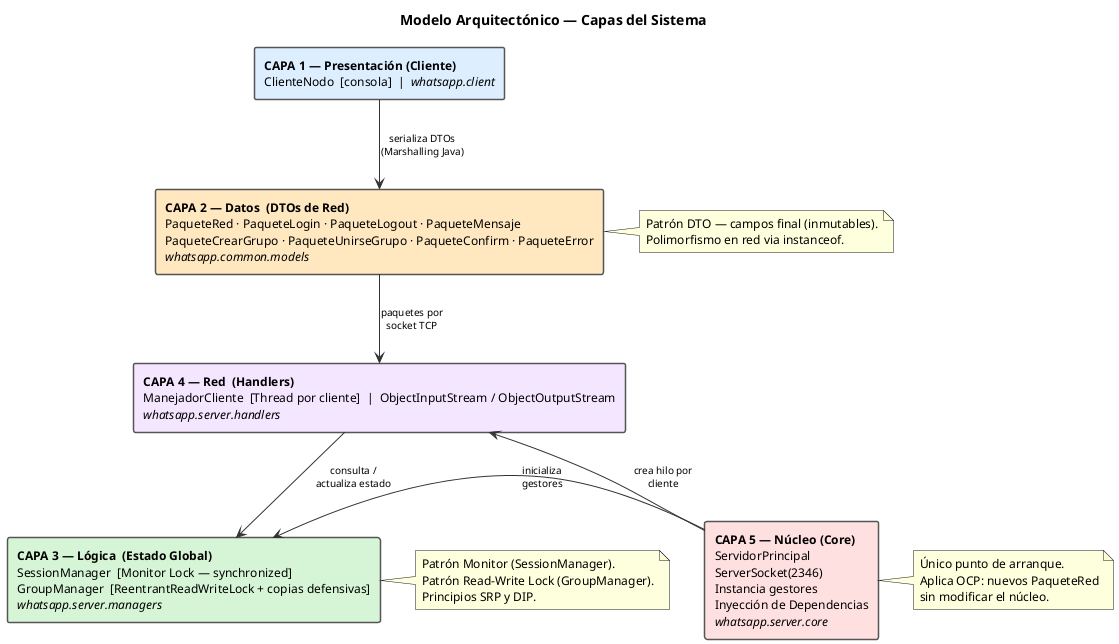
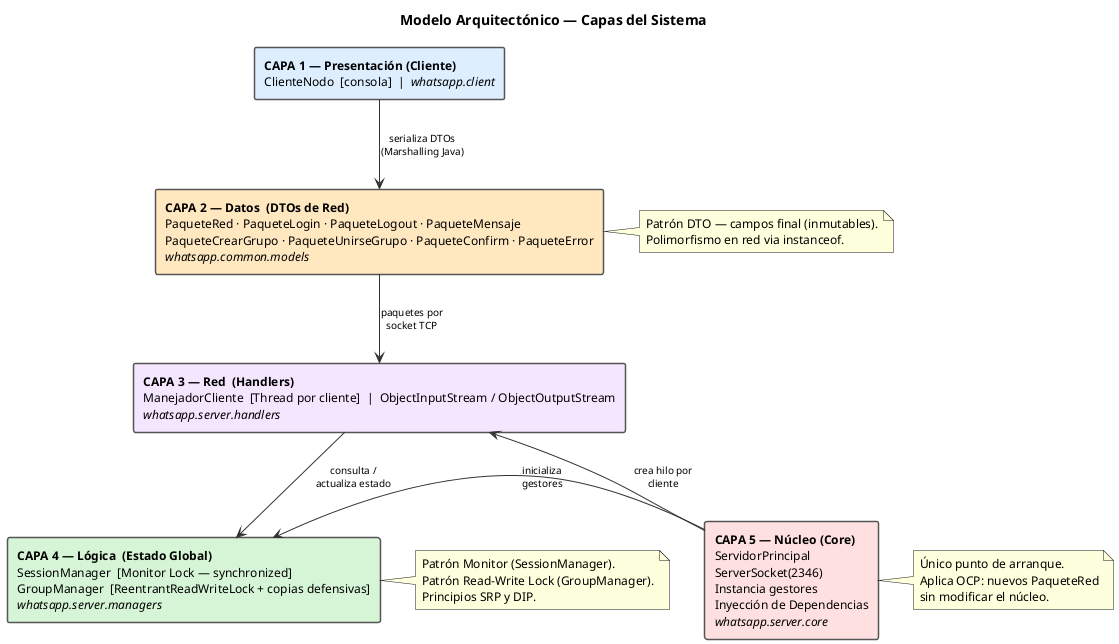
@startuml ArquitecturaCapas
title Modelo Arquitectónico — Capas del Sistema

top to bottom direction

skinparam defaultFontSize 12
skinparam rectangleFontSize 12
skinparam rectangleBorderColor #555555
skinparam rectangleBorderThickness 1.5
skinparam ArrowColor #333333
skinparam ArrowFontSize 10
skinparam shadowing false

' ─────────────────────────────────────────────────────────
' COLUMNA PRINCIPAL: flujo de comunicación (izquierda)
' ─────────────────────────────────────────────────────────

rectangle "<b>CAPA 1 — Presentación (Cliente)</b>\nClienteNodo  [consola]  |  <i>whatsapp.client</i>" as C1 #DDEEFF
rectangle "<b>CAPA 2 — Datos  (DTOs de Red)</b>\nPaqueteRed · PaqueteLogin · PaqueteLogout · PaqueteMensaje\nPaqueteCrearGrupo · PaqueteUnirseGrupo · PaqueteConfirm · PaqueteError\n<i>whatsapp.common.models</i>" as C2 #FFE8C0
- rectangle "<b>CAPA 4 — Red  (Handlers)</b>\nManejadorCliente  [Thread por cliente]  |  ObjectInputStream / ObjectOutputStream\n<i>whatsapp.server.handlers</i>" as C4 #F5E6FF
- rectangle "<b>CAPA 3 — Lógica  (Estado Global)</b>\nSessionManager  [Monitor Lock — synchronized]\nGroupManager  [ReentrantReadWriteLock + copias defensivas]\n<i>whatsapp.server.managers</i>" as C3 #D6F5D6
+ rectangle "<b>CAPA 3 — Red  (Handlers)</b>\nManejadorCliente  [Thread por cliente]  |  ObjectInputStream / ObjectOutputStream\n<i>whatsapp.server.handlers</i>" as C3 #F5E6FF
+ rectangle "<b>CAPA 4 — Lógica  (Estado Global)</b>\nSessionManager  [Monitor Lock — synchronized]\nGroupManager  [ReentrantReadWriteLock + copias defensivas]\n<i>whatsapp.server.managers</i>" as C4 #D6F5D6

' ─────────────────────────────────────────────────────────
' CAPA 5 al costado derecho (bootstrapper)
' ─────────────────────────────────────────────────────────

rectangle "<b>CAPA 5 — Núcleo (Core)</b>\nServidorPrincipal\nServerSocket(2346)\nInstancia gestores\nInyección de Dependencias\n<i>whatsapp.server.core</i>" as C5 #FFE0E0

' ─────────────────────────────────────────────────────────
' FLUJO DE COMUNICACIÓN (columna principal, top → bottom)
' ─────────────────────────────────────────────────────────

C1 -down-> C2 : serializa DTOs\n(Marshalling Java)
- C2 -down-> C4 : paquetes por\nsocket TCP
- C4 -down-> C3 : consulta /\nactualiza estado
+ C2 -down-> C3 : paquetes por\nsocket TCP
+ C3 -down-> C4 : consulta /\nactualiza estado

' ─────────────────────────────────────────────────────────
' RELACIONES DE INICIALIZACIÓN (Core → capas del servidor)
' ─────────────────────────────────────────────────────────

- C5 -left-> C4 : crea hilo por\ncliente
- C5 -left-> C3 : inicializa\ngestores
+ C5 -left-> C3 : crea hilo por\ncliente
+ C5 -left-> C4 : inicializa\ngestores

' ─────────────────────────────────────────────────────────
' NOTAS
' ─────────────────────────────────────────────────────────

note right of C2
  Patrón DTO — campos final (inmutables).
  Polimorfismo en red via instanceof.
end note

- note right of C3
+ note right of C4
  Patrón Monitor (SessionManager).
  Patrón Read-Write Lock (GroupManager).
  Principios SRP y DIP.
end note

note right of C5
  Único punto de arranque.
  Aplica OCP: nuevos PaqueteRed
  sin modificar el núcleo.
end note

@enduml
